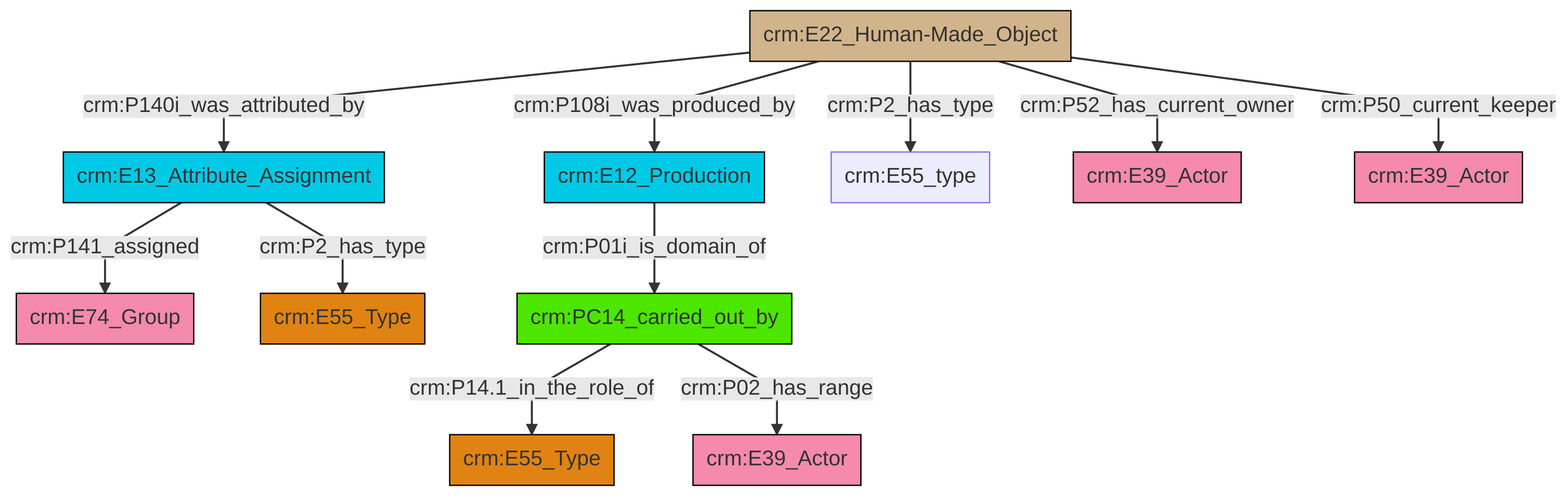
Earlier version of the Mermaid export et/artworkCSV/ttl/mmd/png/Artwork_Actor_Relations.png (swiss-art-research-net/reference-data-models). Its source is kept beside it as et/artworkCSV/ttl/mmd/Artwork_Actor_Relations.ttl.mmd. Source of this version:
```mermaid
graph TD
classDef Literal fill:#f2f2f2,stroke:#000000;
classDef CRM_Entity fill:#FFFFFF,stroke:#000000;
classDef Temporal_Entity fill:#00C9E6, stroke:#000000;
classDef Type fill:#E18312, stroke:#000000;
classDef Time-Span fill:#2C9C91, stroke:#000000;
classDef Appellation fill:#FFEB7F, stroke:#000000;
classDef Place fill:#008836, stroke:#000000;
classDef Persistent_Item fill:#B266B2, stroke:#000000;
classDef Conceptual_Object fill:#FFD700, stroke:#000000;
classDef Physical_Thing fill:#D2B48C, stroke:#000000;
classDef Actor fill:#f58aad, stroke:#000000;
classDef PC_Classes fill:#4ce600, stroke:#000000;
classDef Multi fill:#cccccc,stroke:#000000;

2["crm:E22_Human-Made_Object"]:::Physical_Thing -->|crm:P140i_was_attributed_by| 3["crm:E13_Attribute_Assignment"]:::Temporal_Entity
2["crm:E22_Human-Made_Object"]:::Physical_Thing -->|crm:P2_has_type| 6["crm:E55_type"]:::Default
2["crm:E22_Human-Made_Object"]:::Physical_Thing -->|crm:P108i_was_produced_by| 0["crm:E12_Production"]:::Temporal_Entity
2["crm:E22_Human-Made_Object"]:::Physical_Thing -->|crm:P52_has_current_owner| 8["crm:E39_Actor"]:::Actor
14["crm:PC14_carried_out_by"]:::PC_Classes -->|crm:P14.1_in_the_role_of| 15["crm:E55_Type"]:::Type
14["crm:PC14_carried_out_by"]:::PC_Classes -->|crm:P02_has_range| 16["crm:E39_Actor"]:::Actor
2["crm:E22_Human-Made_Object"]:::Physical_Thing -->|crm:P50_current_keeper| 17["crm:E39_Actor"]:::Actor
3["crm:E13_Attribute_Assignment"]:::Temporal_Entity -->|crm:P141_assigned| 4["crm:E74_Group"]:::Actor
0["crm:E12_Production"]:::Temporal_Entity -->|crm:P01i_is_domain_of| 14["crm:PC14_carried_out_by"]:::PC_Classes
3["crm:E13_Attribute_Assignment"]:::Temporal_Entity -->|crm:P2_has_type| 11["crm:E55_Type"]:::Type
```
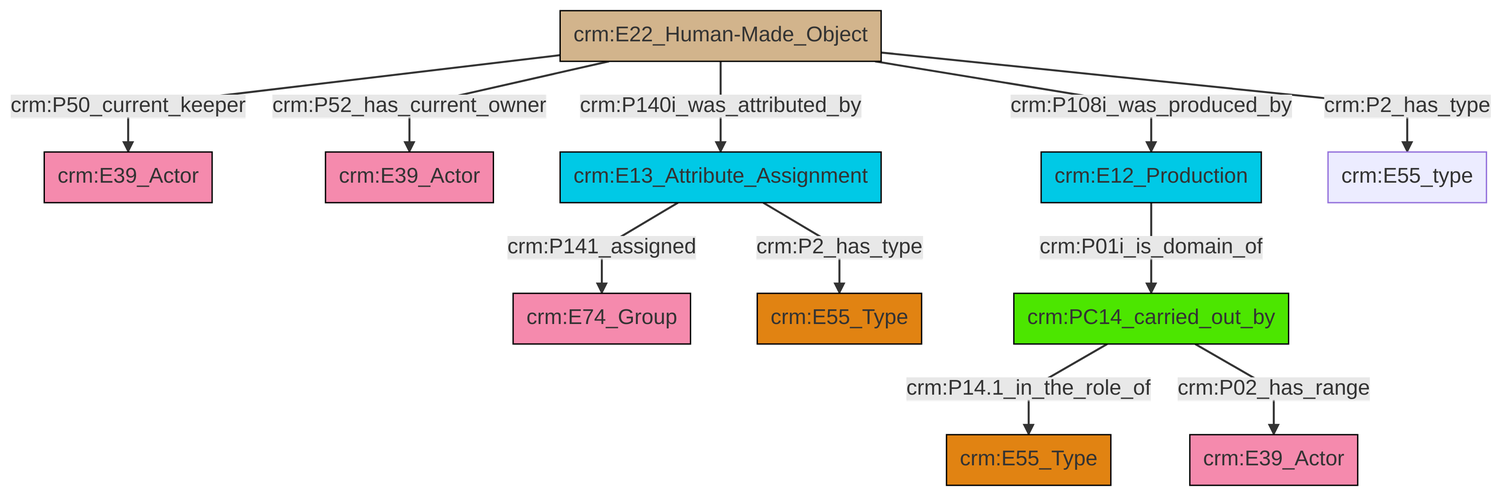
After the change.

Diff of the diagram source:
```diff
@@ -13,13 +13,13 @@
 classDef PC_Classes fill:#4ce600, stroke:#000000;
 classDef Multi fill:#cccccc,stroke:#000000;
 
-2["crm:E22_Human-Made_Object"]:::Physical_Thing -->|crm:P140i_was_attributed_by| 3["crm:E13_Attribute_Assignment"]:::Temporal_Entity
-2["crm:E22_Human-Made_Object"]:::Physical_Thing -->|crm:P2_has_type| 6["crm:E55_type"]:::Default
-2["crm:E22_Human-Made_Object"]:::Physical_Thing -->|crm:P108i_was_produced_by| 0["crm:E12_Production"]:::Temporal_Entity
-2["crm:E22_Human-Made_Object"]:::Physical_Thing -->|crm:P52_has_current_owner| 8["crm:E39_Actor"]:::Actor
-14["crm:PC14_carried_out_by"]:::PC_Classes -->|crm:P14.1_in_the_role_of| 15["crm:E55_Type"]:::Type
-14["crm:PC14_carried_out_by"]:::PC_Classes -->|crm:P02_has_range| 16["crm:E39_Actor"]:::Actor
-2["crm:E22_Human-Made_Object"]:::Physical_Thing -->|crm:P50_current_keeper| 17["crm:E39_Actor"]:::Actor
-3["crm:E13_Attribute_Assignment"]:::Temporal_Entity -->|crm:P141_assigned| 4["crm:E74_Group"]:::Actor
-0["crm:E12_Production"]:::Temporal_Entity -->|crm:P01i_is_domain_of| 14["crm:PC14_carried_out_by"]:::PC_Classes
-3["crm:E13_Attribute_Assignment"]:::Temporal_Entity -->|crm:P2_has_type| 11["crm:E55_Type"]:::Type
+2["crm:E22_Human-Made_Object"]:::Physical_Thing -->|crm:P52_has_current_owner| 3["crm:E39_Actor"]:::Actor
+2["crm:E22_Human-Made_Object"]:::Physical_Thing -->|crm:P108i_was_produced_by| 4["crm:E12_Production"]:::Temporal_Entity
+11["crm:PC14_carried_out_by"]:::PC_Classes -->|crm:P14.1_in_the_role_of| 12["crm:E55_Type"]:::Type
+11["crm:PC14_carried_out_by"]:::PC_Classes -->|crm:P02_has_range| 5["crm:E39_Actor"]:::Actor
+4["crm:E12_Production"]:::Temporal_Entity -->|crm:P01i_is_domain_of| 11["crm:PC14_carried_out_by"]:::PC_Classes
+2["crm:E22_Human-Made_Object"]:::Physical_Thing -->|crm:P140i_was_attributed_by| 15["crm:E13_Attribute_Assignment"]:::Temporal_Entity
+15["crm:E13_Attribute_Assignment"]:::Temporal_Entity -->|crm:P2_has_type| 9["crm:E55_Type"]:::Type
+2["crm:E22_Human-Made_Object"]:::Physical_Thing -->|crm:P2_has_type| 18["crm:E55_type"]:::Default
+2["crm:E22_Human-Made_Object"]:::Physical_Thing -->|crm:P50_current_keeper| 0["crm:E39_Actor"]:::Actor
+15["crm:E13_Attribute_Assignment"]:::Temporal_Entity -->|crm:P141_assigned| 7["crm:E74_Group"]:::Actor
```
